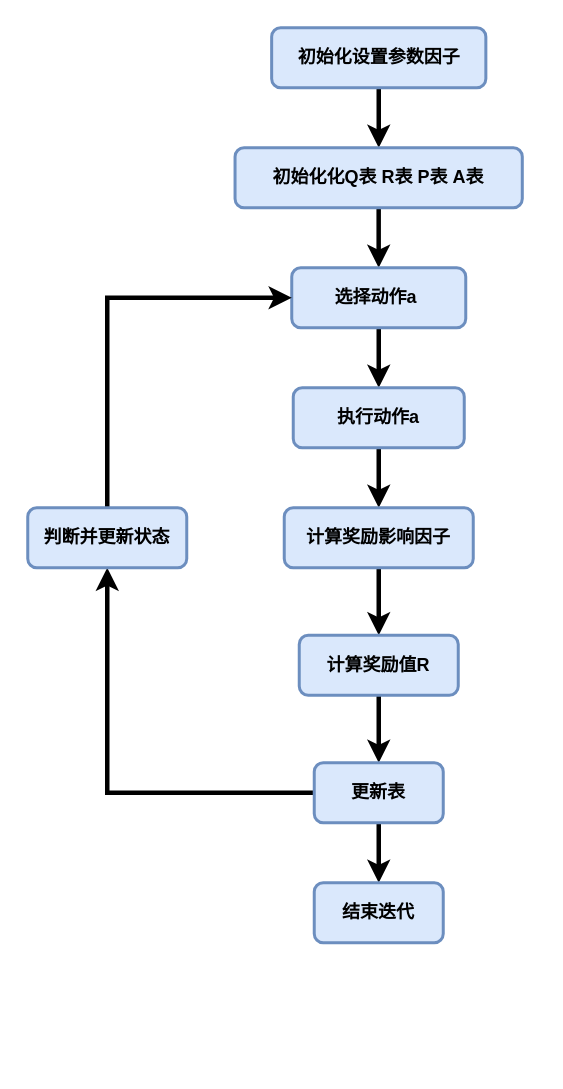
Above: page "Page-1" (1 of 2) of Untitled Diagram.drawio in 2263464120/2263464120 (draw.io), before the change. Source tidied: cells renumbered, new cells numbered last; positions are measured from the earlier drawing's top-left corner, leaving out a move shared by most shapes. Both pictures are drawn from the tidied source at 150%, with x=0, y=0 at pixel (27, 27).
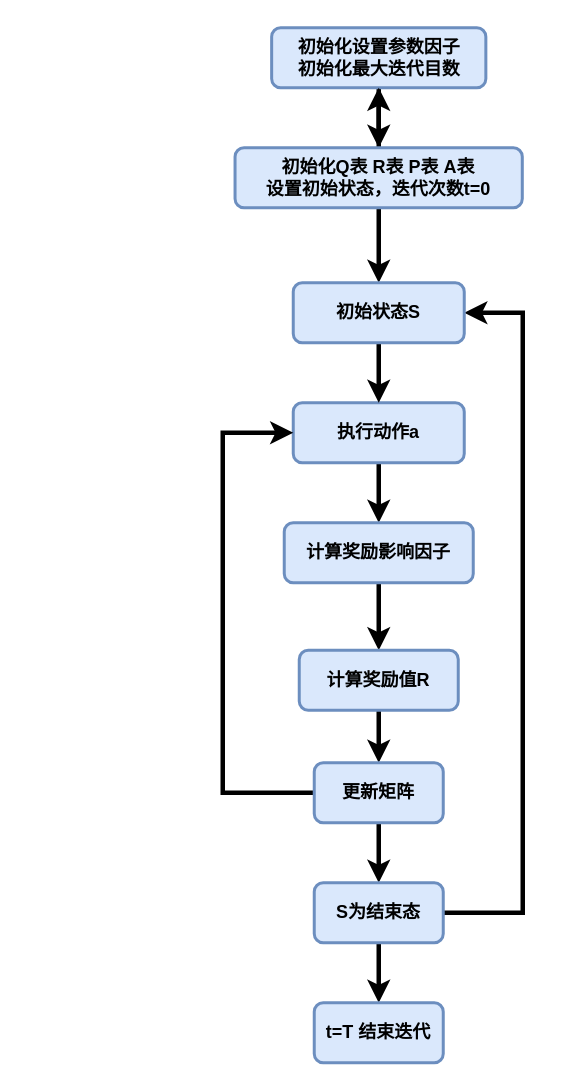
The same page after the edit.

Change to the diagram source:
```diff
@@
-    <mxCell id="3" value="&lt;b&gt;初始化设置参数因子&lt;/b&gt;" style="rounded=1;whiteSpace=wrap;html=1;fillColor=#dae8fc;strokeColor=#6c8ebf;strokeWidth=2;" parent="1" vertex="1">
+    <mxCell id="3" value="&lt;b&gt;初始化设置参数因子&lt;br&gt;&lt;/b&gt;&lt;b&gt;初始化最大迭代目数&lt;/b&gt;&lt;b&gt;&lt;br&gt;&lt;/b&gt;" style="rounded=1;whiteSpace=wrap;html=1;fillColor=#dae8fc;strokeColor=#6c8ebf;strokeWidth=2;" parent="1" vertex="1">
       <mxGeometry x="162.6" width="142.8" height="40" as="geometry" />
     </mxCell>
-    <mxCell id="4" style="edgeStyle=orthogonalEdgeStyle;rounded=0;jettySize=auto;html=1;exitX=0.5;exitY=1;exitDx=0;exitDy=0;strokeWidth=3;" parent="1" edge="1" source="5" target="7">
-      <mxGeometry relative="1" as="geometry" />
-    </mxCell>
+    <mxCell id="20" style="edgeStyle=orthogonalEdgeStyle;rounded=0;jettySize=auto;html=1;strokeWidth=3;" parent="1" edge="1" source="5" target="26">
+      <mxGeometry relative="1" as="geometry" />
+    </mxCell>
+    <mxCell id="21" style="edgeStyle=orthogonalEdgeStyle;rounded=0;jettySize=auto;html=1;strokeWidth=3;" parent="1" edge="1" source="5" target="3">
+      <mxGeometry relative="1" as="geometry" />
+    </mxCell>
-    <mxCell id="5" value="&lt;b&gt;初始化化Q表 R表 P表 A表&lt;/b&gt;" style="rounded=1;whiteSpace=wrap;html=1;fillColor=#dae8fc;strokeColor=#6c8ebf;strokeWidth=2;" parent="1" vertex="1">
+    <mxCell id="5" value="&lt;b&gt;初始化Q表 R表 P表 A表&lt;br&gt;&lt;/b&gt;&lt;b&gt;设置初始状态，迭代次数t=0&lt;br&gt;&lt;/b&gt;" style="rounded=1;whiteSpace=wrap;html=1;fillColor=#dae8fc;strokeColor=#6c8ebf;strokeWidth=2;" parent="1" vertex="1">
       <mxGeometry x="138.2" y="80" width="191.5" height="40" as="geometry" />
     </mxCell>
-    <mxCell id="6" style="edgeStyle=orthogonalEdgeStyle;rounded=0;jettySize=auto;html=1;exitX=0.5;exitY=1;exitDx=0;exitDy=0;entryX=0.5;entryY=0;entryDx=0;entryDy=0;strokeWidth=3;" parent="1" edge="1" source="7" target="9">
-      <mxGeometry relative="1" as="geometry" />
-    </mxCell>
-    <mxCell id="7" value="&lt;b&gt;选择动作a&amp;nbsp;&lt;/b&gt;" style="rounded=1;whiteSpace=wrap;html=1;fillColor=#dae8fc;strokeColor=#6c8ebf;strokeWidth=2;" parent="1" vertex="1">
-      <mxGeometry x="176" y="160" width="116" height="40" as="geometry" />
-    </mxCell>
@@
     <mxCell id="9" value="&lt;b&gt;执行动作a&lt;/b&gt;" style="rounded=1;whiteSpace=wrap;html=1;fillColor=#dae8fc;strokeColor=#6c8ebf;strokeWidth=2;" parent="1" vertex="1">
-      <mxGeometry x="177" y="240" width="114" height="40" as="geometry" />
+      <mxGeometry x="177" y="250" width="114" height="40" as="geometry" />
     </mxCell>
@@
     <mxCell id="11" value="&lt;b&gt;计算奖励影响因子&lt;/b&gt;" style="rounded=1;whiteSpace=wrap;html=1;fillColor=#dae8fc;strokeColor=#6c8ebf;strokeWidth=2;" parent="1" vertex="1">
-      <mxGeometry x="171" y="320" width="126" height="40" as="geometry" />
+      <mxGeometry x="171" y="330" width="126" height="40" as="geometry" />
     </mxCell>
     <mxCell id="12" style="edgeStyle=orthogonalEdgeStyle;rounded=0;jettySize=auto;html=1;exitX=0.5;exitY=1;exitDx=0;exitDy=0;strokeWidth=3;" parent="1" edge="1" source="13" target="16">
       <mxGeometry relative="1" as="geometry">
         <Array as="points">
-          <mxPoint x="234" y="460" />
-          <mxPoint x="234" y="460" />
+          <mxPoint x="234" y="470" />
+          <mxPoint x="234" y="470" />
         </Array>
       </mxGeometry>
     </mxCell>
     <mxCell id="13" value="&lt;b&gt;计算奖励值R&lt;/b&gt;" style="rounded=1;whiteSpace=wrap;html=1;fillColor=#dae8fc;strokeColor=#6c8ebf;strokeWidth=2;" parent="1" vertex="1">
-      <mxGeometry x="181" y="405" width="106" height="40" as="geometry" />
+      <mxGeometry x="181" y="415" width="106" height="40" as="geometry" />
     </mxCell>
@@
-    <mxCell id="15" style="edgeStyle=orthogonalEdgeStyle;rounded=0;jettySize=auto;html=1;exitX=0;exitY=0.5;exitDx=0;exitDy=0;entryX=0.5;entryY=1;entryDx=0;entryDy=0;strokeWidth=3;" parent="1" edge="1" source="16" target="19">
-      <mxGeometry relative="1" as="geometry" />
-    </mxCell>
+    <mxCell id="22" style="edgeStyle=orthogonalEdgeStyle;rounded=0;jettySize=auto;html=1;exitX=0;exitY=0.5;exitDx=0;exitDy=0;entryX=0;entryY=0.5;entryDx=0;entryDy=0;strokeWidth=3;" parent="1" edge="1" source="16" target="9">
+      <mxGeometry relative="1" as="geometry">
+        <Array as="points">
+          <mxPoint x="130" y="510" />
+          <mxPoint x="130" y="270" />
+        </Array>
+      </mxGeometry>
+    </mxCell>
-    <mxCell id="16" value="&lt;b&gt;更新表&lt;/b&gt;" style="rounded=1;whiteSpace=wrap;html=1;fillColor=#dae8fc;strokeColor=#6c8ebf;strokeWidth=2;" parent="1" vertex="1">
+    <mxCell id="16" value="&lt;b&gt;更新矩阵&lt;/b&gt;" style="rounded=1;whiteSpace=wrap;html=1;fillColor=#dae8fc;strokeColor=#6c8ebf;strokeWidth=2;" parent="1" vertex="1">
       <mxGeometry x="191" y="490" width="86" height="40" as="geometry" />
     </mxCell>
+    <mxCell id="23" style="edgeStyle=orthogonalEdgeStyle;rounded=0;jettySize=auto;html=1;entryX=0.5;entryY=0;entryDx=0;entryDy=0;strokeWidth=3;" parent="1" edge="1" source="17" target="27">
+      <mxGeometry relative="1" as="geometry" />
+    </mxCell>
+    <mxCell id="24" style="edgeStyle=orthogonalEdgeStyle;rounded=0;jettySize=auto;html=1;exitX=1;exitY=0.5;exitDx=0;exitDy=0;strokeWidth=3;entryX=1;entryY=0.5;entryDx=0;entryDy=0;" parent="1" edge="1" source="17" target="26">
+      <mxGeometry relative="1" as="geometry">
+        <Array as="points">
+          <mxPoint x="330" y="590" />
+          <mxPoint x="330" y="190" />
+        </Array>
+      </mxGeometry>
+    </mxCell>
-    <mxCell id="17" value="&lt;b&gt;结束迭代&lt;/b&gt;" style="rounded=1;whiteSpace=wrap;html=1;fillColor=#dae8fc;strokeColor=#6c8ebf;strokeWidth=2;" parent="1" vertex="1">
+    <mxCell id="17" value="&lt;b&gt;S为结束态&lt;/b&gt;" style="rounded=1;whiteSpace=wrap;html=1;fillColor=#dae8fc;strokeColor=#6c8ebf;strokeWidth=2;" parent="1" vertex="1">
       <mxGeometry x="191" y="570" width="86" height="40" as="geometry" />
     </mxCell>
-    <mxCell id="18" style="edgeStyle=orthogonalEdgeStyle;rounded=0;jettySize=auto;html=1;exitX=0.5;exitY=0;exitDx=0;exitDy=0;strokeWidth=3;entryX=0;entryY=0.5;entryDx=0;entryDy=0;" parent="1" edge="1" source="19" target="7">
-      <mxGeometry relative="1" as="geometry" />
-    </mxCell>
-    <mxCell id="19" value="&lt;b&gt;判断并更新状态&lt;/b&gt;" style="rounded=1;whiteSpace=wrap;html=1;fillColor=#dae8fc;strokeColor=#6c8ebf;strokeWidth=2;" parent="1" vertex="1">
-      <mxGeometry y="320" width="106" height="40" as="geometry" />
-    </mxCell>
+    <mxCell id="25" style="edgeStyle=orthogonalEdgeStyle;rounded=0;jettySize=auto;html=1;entryX=0.5;entryY=0;entryDx=0;entryDy=0;strokeWidth=3;" parent="1" edge="1" source="26" target="9">
+      <mxGeometry relative="1" as="geometry" />
+    </mxCell>
+    <mxCell id="26" value="&lt;b&gt;初始状态S&lt;/b&gt;" style="rounded=1;whiteSpace=wrap;html=1;fillColor=#dae8fc;strokeColor=#6c8ebf;strokeWidth=2;" parent="1" vertex="1">
+      <mxGeometry x="177" y="170" width="114" height="40" as="geometry" />
+    </mxCell>
+    <mxCell id="27" value="&lt;b&gt;t=T 结束迭代&lt;/b&gt;" style="rounded=1;whiteSpace=wrap;html=1;fillColor=#dae8fc;strokeColor=#6c8ebf;strokeWidth=2;" parent="1" vertex="1">
+      <mxGeometry x="191" y="650" width="86" height="40" as="geometry" />
+    </mxCell>
```
